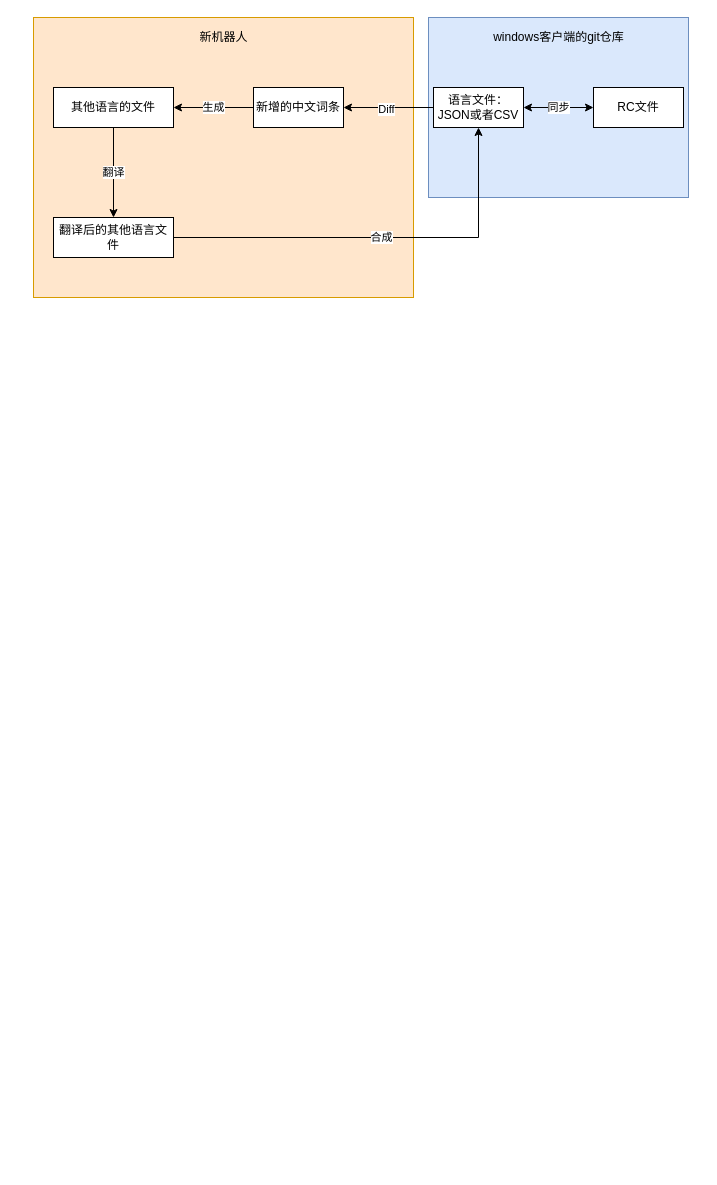
Before: Untitled Diagram.drawio in sklthegoodman/diagrams_storage, a draw.io diagram. Source tidied: cells renumbered, new cells numbered last; positions are measured from the earlier drawing's top-left corner, leaving out a move shared by most shapes. Both pictures are drawn from the tidied source at 100%, with x=0, y=0 at pixel (33, 17).
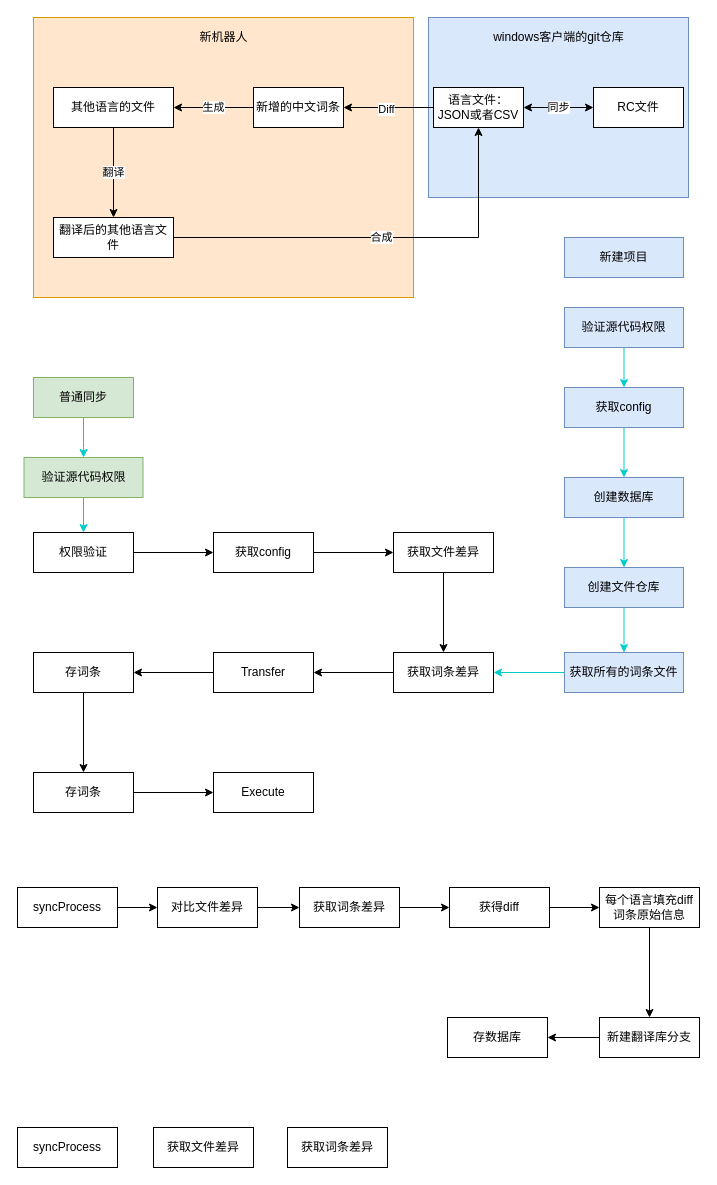
The same page after the edit.

Change to the diagram source:
```diff
@@
+    <mxCell id="17" style="edgeStyle=orthogonalEdgeStyle;rounded=0;jettySize=auto;html=1;" parent="1" edge="1" source="18" target="20">
+      <mxGeometry relative="1" as="geometry" />
+    </mxCell>
+    <mxCell id="18" value="权限验证" style="rounded=0;whiteSpace=wrap;html=1;" parent="1" vertex="1">
+      <mxGeometry y="515" width="100" height="40" as="geometry" />
+    </mxCell>
+    <mxCell id="19" style="edgeStyle=orthogonalEdgeStyle;rounded=0;jettySize=auto;html=1;" parent="1" edge="1" source="20" target="22">
+      <mxGeometry relative="1" as="geometry" />
+    </mxCell>
+    <mxCell id="20" value="获取config" style="rounded=0;whiteSpace=wrap;html=1;" parent="1" vertex="1">
+      <mxGeometry x="180" y="515" width="100" height="40" as="geometry" />
+    </mxCell>
+    <mxCell id="21" style="edgeStyle=orthogonalEdgeStyle;rounded=0;jettySize=auto;html=1;" parent="1" edge="1" source="22" target="24">
+      <mxGeometry relative="1" as="geometry" />
+    </mxCell>
+    <mxCell id="22" value="获取文件差异" style="rounded=0;whiteSpace=wrap;html=1;" parent="1" vertex="1">
+      <mxGeometry x="360" y="515" width="100" height="40" as="geometry" />
+    </mxCell>
+    <mxCell id="23" style="edgeStyle=orthogonalEdgeStyle;rounded=0;jettySize=auto;html=1;" parent="1" edge="1" source="24" target="26">
+      <mxGeometry relative="1" as="geometry" />
+    </mxCell>
+    <mxCell id="24" value="获取词条差异" style="rounded=0;whiteSpace=wrap;html=1;" parent="1" vertex="1">
+      <mxGeometry x="360" y="635" width="100" height="40" as="geometry" />
+    </mxCell>
+    <mxCell id="25" style="edgeStyle=orthogonalEdgeStyle;rounded=0;jettySize=auto;html=1;" parent="1" edge="1" source="26" target="28">
+      <mxGeometry relative="1" as="geometry" />
+    </mxCell>
+    <mxCell id="26" value="Transfer" style="rounded=0;whiteSpace=wrap;html=1;" parent="1" vertex="1">
+      <mxGeometry x="180" y="635" width="100" height="40" as="geometry" />
+    </mxCell>
+    <mxCell id="27" style="edgeStyle=orthogonalEdgeStyle;rounded=0;jettySize=auto;html=1;" parent="1" edge="1" source="28" target="30">
+      <mxGeometry relative="1" as="geometry" />
+    </mxCell>
+    <mxCell id="28" value="存词条" style="rounded=0;whiteSpace=wrap;html=1;" parent="1" vertex="1">
+      <mxGeometry y="635" width="100" height="40" as="geometry" />
+    </mxCell>
+    <mxCell id="29" style="edgeStyle=orthogonalEdgeStyle;rounded=0;jettySize=auto;html=1;" parent="1" edge="1" source="30" target="31">
+      <mxGeometry relative="1" as="geometry" />
+    </mxCell>
+    <mxCell id="30" value="存词条" style="rounded=0;whiteSpace=wrap;html=1;" parent="1" vertex="1">
+      <mxGeometry y="755" width="100" height="40" as="geometry" />
+    </mxCell>
+    <mxCell id="31" value="Execute" style="rounded=0;whiteSpace=wrap;html=1;" parent="1" vertex="1">
+      <mxGeometry x="180" y="755" width="100" height="40" as="geometry" />
+    </mxCell>
+    <mxCell id="32" style="edgeStyle=orthogonalEdgeStyle;rounded=0;jettySize=auto;html=1;strokeColor=#00CCCC;" parent="1" edge="1" source="33" target="35">
+      <mxGeometry relative="1" as="geometry" />
+    </mxCell>
+    <mxCell id="33" value="获取config" style="rounded=0;whiteSpace=wrap;html=1;fillColor=#dae8fc;strokeColor=#6c8ebf;" parent="1" vertex="1">
+      <mxGeometry x="531" y="370" width="119" height="40" as="geometry" />
+    </mxCell>
+    <mxCell id="34" style="edgeStyle=orthogonalEdgeStyle;rounded=0;jettySize=auto;html=1;strokeColor=#00CCCC;" parent="1" edge="1" source="35" target="37">
+      <mxGeometry relative="1" as="geometry" />
+    </mxCell>
+    <mxCell id="35" value="创建数据库" style="rounded=0;whiteSpace=wrap;html=1;fillColor=#dae8fc;strokeColor=#6c8ebf;" parent="1" vertex="1">
+      <mxGeometry x="531" y="460" width="119" height="40" as="geometry" />
+    </mxCell>
+    <mxCell id="36" style="edgeStyle=orthogonalEdgeStyle;rounded=0;jettySize=auto;html=1;strokeColor=#00CCCC;" parent="1" edge="1" source="37" target="39">
+      <mxGeometry relative="1" as="geometry" />
+    </mxCell>
+    <mxCell id="37" value="创建文件仓库" style="rounded=0;whiteSpace=wrap;html=1;fillColor=#dae8fc;strokeColor=#6c8ebf;" parent="1" vertex="1">
+      <mxGeometry x="531" y="550" width="119" height="40" as="geometry" />
+    </mxCell>
+    <mxCell id="38" style="edgeStyle=orthogonalEdgeStyle;rounded=0;jettySize=auto;html=1;entryX=1;entryY=0.5;entryDx=0;entryDy=0;strokeColor=#00CCCC;" parent="1" edge="1" source="39" target="24">
+      <mxGeometry relative="1" as="geometry" />
+    </mxCell>
+    <mxCell id="39" value="获取所有的词条文件" style="rounded=0;whiteSpace=wrap;html=1;fillColor=#dae8fc;strokeColor=#6c8ebf;" parent="1" vertex="1">
+      <mxGeometry x="531" y="635" width="119" height="40" as="geometry" />
+    </mxCell>
+    <mxCell id="40" style="edgeStyle=orthogonalEdgeStyle;rounded=0;jettySize=auto;html=1;entryX=0.5;entryY=0;entryDx=0;entryDy=0;strokeColor=#00CCCC;" parent="1" edge="1" source="41" target="33">
+      <mxGeometry relative="1" as="geometry" />
+    </mxCell>
+    <mxCell id="41" value="验证源代码权限" style="rounded=0;whiteSpace=wrap;html=1;fillColor=#dae8fc;strokeColor=#6c8ebf;" parent="1" vertex="1">
+      <mxGeometry x="531" y="290" width="119" height="40" as="geometry" />
+    </mxCell>
+    <mxCell id="42" value="新建项目" style="rounded=0;whiteSpace=wrap;html=1;fillColor=#dae8fc;strokeColor=#6c8ebf;" parent="1" vertex="1">
+      <mxGeometry x="531" y="220" width="119" height="40" as="geometry" />
+    </mxCell>
+    <mxCell id="43" style="edgeStyle=orthogonalEdgeStyle;rounded=0;jettySize=auto;html=1;strokeColor=#00CCCC;" parent="1" edge="1" source="44" target="46">
+      <mxGeometry relative="1" as="geometry">
+        <Array as="points">
+          <mxPoint x="50" y="430" />
+          <mxPoint x="50" y="430" />
+        </Array>
+      </mxGeometry>
+    </mxCell>
+    <mxCell id="44" value="普通同步" style="rounded=0;whiteSpace=wrap;html=1;fillColor=#d5e8d4;strokeColor=#82b366;" parent="1" vertex="1">
+      <mxGeometry y="360" width="100" height="40" as="geometry" />
+    </mxCell>
+    <mxCell id="45" style="edgeStyle=orthogonalEdgeStyle;rounded=0;jettySize=auto;html=1;entryX=0.5;entryY=0;entryDx=0;entryDy=0;strokeColor=#00CCCC;" parent="1" edge="1" source="46" target="18">
+      <mxGeometry relative="1" as="geometry" />
+    </mxCell>
+    <mxCell id="46" value="验证源代码权限" style="rounded=0;whiteSpace=wrap;html=1;fillColor=#d5e8d4;strokeColor=#82b366;" parent="1" vertex="1">
+      <mxGeometry x="-9.5" y="440" width="119" height="40" as="geometry" />
+    </mxCell>
+    <mxCell id="47" style="edgeStyle=orthogonalEdgeStyle;rounded=0;jettySize=auto;html=1;entryX=0;entryY=0.5;entryDx=0;entryDy=0;strokeColor=#000000;" parent="1" edge="1" source="48" target="50">
+      <mxGeometry relative="1" as="geometry" />
+    </mxCell>
+    <mxCell id="48" value="对比文件差异" style="rounded=0;whiteSpace=wrap;html=1;" parent="1" vertex="1">
+      <mxGeometry x="124" y="870" width="100" height="40" as="geometry" />
+    </mxCell>
+    <mxCell id="49" style="edgeStyle=orthogonalEdgeStyle;rounded=0;jettySize=auto;html=1;strokeColor=#000000;" parent="1" edge="1" source="50" target="52">
+      <mxGeometry relative="1" as="geometry" />
+    </mxCell>
+    <mxCell id="50" value="获取词条差异" style="rounded=0;whiteSpace=wrap;html=1;" parent="1" vertex="1">
+      <mxGeometry x="266" y="870" width="100" height="40" as="geometry" />
+    </mxCell>
+    <mxCell id="51" style="edgeStyle=orthogonalEdgeStyle;rounded=0;jettySize=auto;html=1;entryX=0;entryY=0.5;entryDx=0;entryDy=0;strokeColor=#000000;" parent="1" edge="1" source="52" target="54">
+      <mxGeometry relative="1" as="geometry" />
+    </mxCell>
+    <mxCell id="52" value="获得diff" style="rounded=0;whiteSpace=wrap;html=1;" parent="1" vertex="1">
+      <mxGeometry x="416" y="870" width="100" height="40" as="geometry" />
+    </mxCell>
+    <mxCell id="53" style="edgeStyle=orthogonalEdgeStyle;rounded=0;jettySize=auto;html=1;entryX=0.5;entryY=0;entryDx=0;entryDy=0;strokeColor=#000000;" parent="1" edge="1" source="54" target="56">
+      <mxGeometry relative="1" as="geometry" />
+    </mxCell>
+    <mxCell id="54" value="每个语言填充diff词条原始信息" style="rounded=0;whiteSpace=wrap;html=1;" parent="1" vertex="1">
+      <mxGeometry x="566" y="870" width="100" height="40" as="geometry" />
+    </mxCell>
+    <mxCell id="55" style="edgeStyle=orthogonalEdgeStyle;rounded=0;jettySize=auto;html=1;entryX=1;entryY=0.5;entryDx=0;entryDy=0;strokeColor=#000000;" parent="1" edge="1" source="56" target="59">
+      <mxGeometry relative="1" as="geometry" />
+    </mxCell>
+    <mxCell id="56" value="新建翻译库分支" style="rounded=0;whiteSpace=wrap;html=1;" parent="1" vertex="1">
+      <mxGeometry x="566" y="1000" width="100" height="40" as="geometry" />
+    </mxCell>
+    <mxCell id="57" style="edgeStyle=orthogonalEdgeStyle;rounded=0;jettySize=auto;html=1;entryX=0;entryY=0.5;entryDx=0;entryDy=0;" parent="1" edge="1" source="58" target="48">
+      <mxGeometry relative="1" as="geometry" />
+    </mxCell>
+    <mxCell id="58" value="syncProcess" style="rounded=0;whiteSpace=wrap;html=1;" parent="1" vertex="1">
+      <mxGeometry x="-16" y="870" width="100" height="40" as="geometry" />
+    </mxCell>
+    <mxCell id="59" value="存数据库" style="rounded=0;whiteSpace=wrap;html=1;" parent="1" vertex="1">
+      <mxGeometry x="414" y="1000" width="100" height="40" as="geometry" />
+    </mxCell>
+    <mxCell id="60" value="syncProcess" style="rounded=0;whiteSpace=wrap;html=1;" parent="1" vertex="1">
+      <mxGeometry x="-16" y="1110" width="100" height="40" as="geometry" />
+    </mxCell>
+    <mxCell id="61" value="获取文件差异" style="rounded=0;whiteSpace=wrap;html=1;" parent="1" vertex="1">
+      <mxGeometry x="120" y="1110" width="100" height="40" as="geometry" />
+    </mxCell>
+    <mxCell id="62" value="获取词条差异" style="rounded=0;whiteSpace=wrap;html=1;" parent="1" vertex="1">
+      <mxGeometry x="254" y="1110" width="100" height="40" as="geometry" />
+    </mxCell>
```
